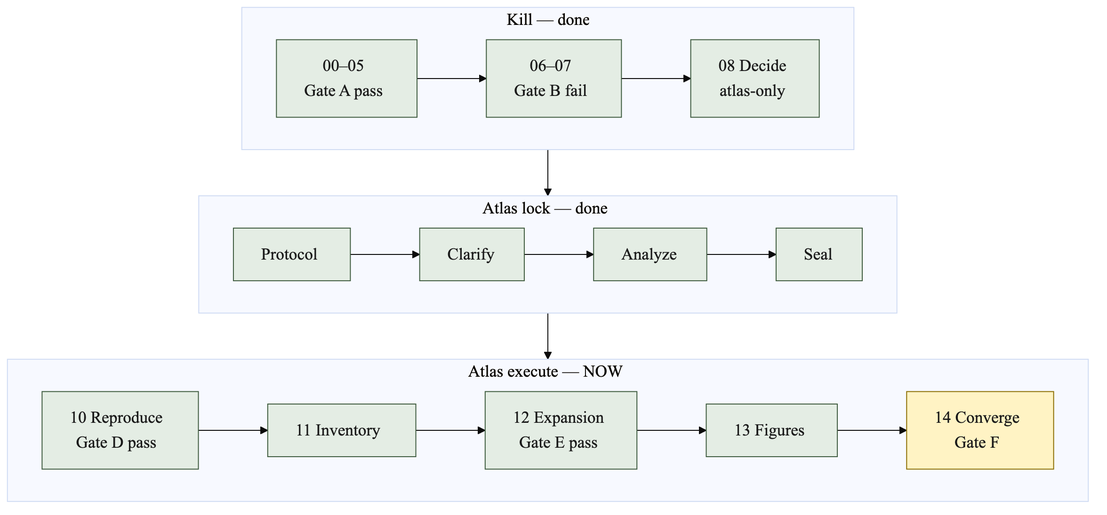
Earlier version of the Mermaid export docs/diagrams/scendo-units.png (cauld/scendo). Its source is kept beside it as docs/diagrams/scendo-units.mmd.
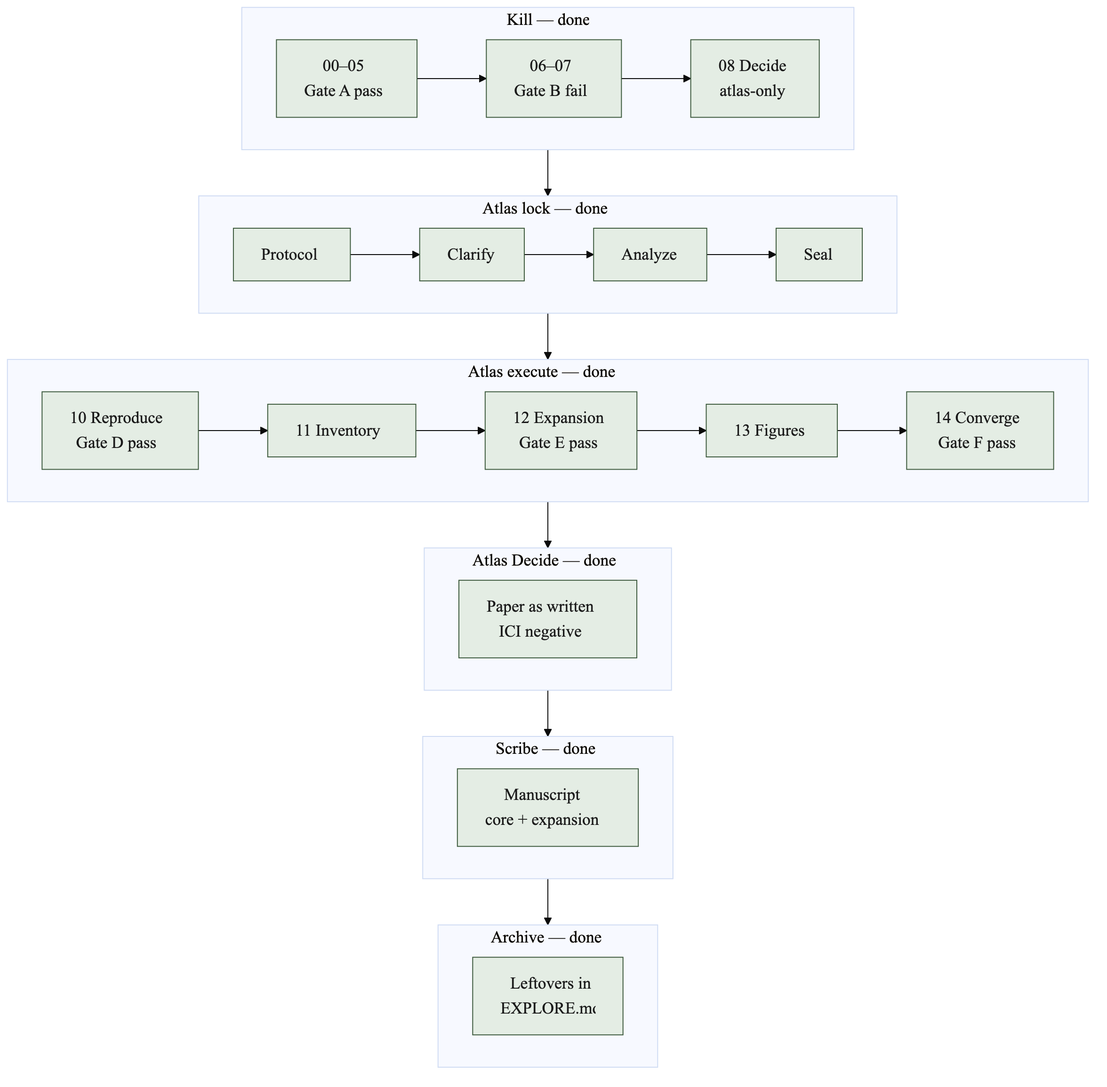
After the commit.

What changed in the source:
```diff
@@ -13,19 +13,36 @@
     AN --> SE["Seal"]
   end
 
-  subgraph run["Atlas execute — NOW"]
+  subgraph run["Atlas execute — done"]
     direction LR
     U10["10 Reproduce<br/>Gate D pass"] --> U11["11 Inventory"]
     U11 --> U12["12 Expansion<br/>Gate E pass"]
     U12 --> U13["13 Figures"]
-    U13 --> U14["14 Converge<br/>Gate F"]
+    U13 --> U14["14 Converge<br/>Gate F pass"]
+  end
+
+  subgraph decide["Atlas Decide — done"]
+    direction LR
+    DEC["Paper as written<br/>ICI negative"]
+  end
+
+  subgraph scribe["Scribe — done"]
+    direction LR
+    SC["Manuscript<br/>core + expansion"]
+  end
+
+  subgraph archive["Archive — done"]
+    direction LR
+    AR["Leftovers in<br/>EXPLORE.md"]
   end
 
   U08 --> PR
   SE --> U10
+  U14 --> DEC
+  DEC --> SC
+  SC --> AR
 
   classDef done fill:#E4EDE4,stroke:#3D5A3D,color:#1A1A1A
   classDef now fill:#FFF3C4,stroke:#8A6D00,color:#1A1A1A
   classDef later fill:#EEEEEE,stroke:#666666,color:#1A1A1A
-  class U00,U06,U08,PR,CL,AN,SE,U10,U11,U12,U13 done
-  class U14 now
+  class U00,U06,U08,PR,CL,AN,SE,U10,U11,U12,U13,U14,DEC,SC,AR done
```
